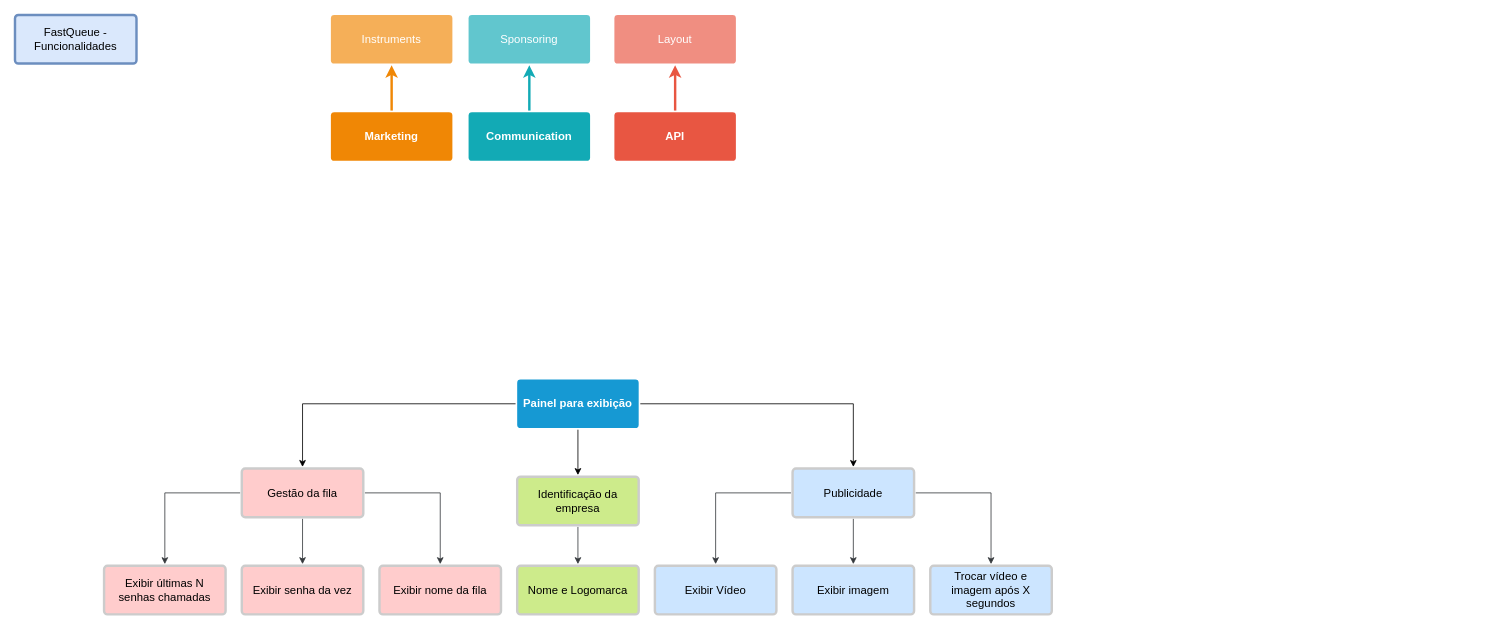
Above: Untitled Diagram.drawio in fviel/vueTracker (draw.io), before the change. Source tidied: cells renumbered, new cells numbered last; positions are measured from the earlier drawing's top-left corner, leaving out a move shared by most shapes. Both pictures are drawn from the tidied source at 81%, with x=0, y=0 at pixel (15, 15).
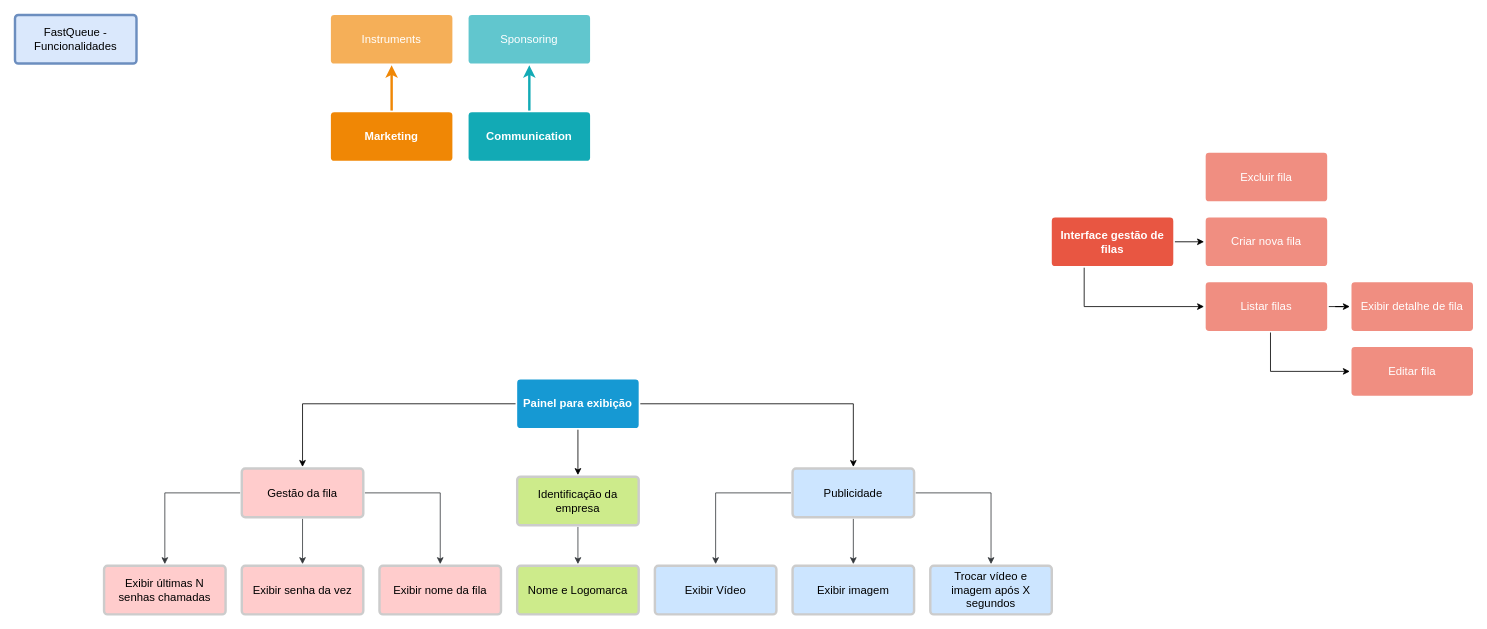
After the change.

Commit message:
adição do config de fila

Change to the diagram source:
```diff
@@
-    <mxCell id="2" style="edgeStyle=none;rounded=1;jumpStyle=none;html=1;shadow=0;labelBackgroundColor=none;startArrow=none;startFill=0;jettySize=auto;strokeColor=#E85642;strokeWidth=3;fontFamily=Helvetica;fontSize=14;fontColor=#FFFFFF;spacing=5;fontStyle=1;fillColor=#b0e3e6;" parent="1" edge="1" source="3" target="4">
-      <mxGeometry relative="1" as="geometry" />
-    </mxCell>
+    <mxCell id="33" style="edgeStyle=orthogonalEdgeStyle;rounded=0;jettySize=auto;html=1;strokeColor=#E6E6E6;" parent="1" edge="1" source="3" target="4">
+      <mxGeometry relative="1" as="geometry" />
+    </mxCell>
+    <mxCell id="34" style="edgeStyle=orthogonalEdgeStyle;rounded=0;jettySize=auto;html=1;strokeColor=#000000;" parent="1" edge="1" source="3" target="4">
+      <mxGeometry relative="1" as="geometry" />
+    </mxCell>
+    <mxCell id="35" style="edgeStyle=orthogonalEdgeStyle;rounded=0;jettySize=auto;html=1;strokeColor=#000000;" parent="1" edge="1" source="3" target="38">
+      <mxGeometry relative="1" as="geometry">
+        <Array as="points">
+          <mxPoint x="1320" y="360" />
+        </Array>
+      </mxGeometry>
+    </mxCell>
-    <mxCell id="3" value="API " style="rounded=1;whiteSpace=wrap;html=1;shadow=0;labelBackgroundColor=none;strokeColor=none;strokeWidth=3;fillColor=#e85642;fontFamily=Helvetica;fontSize=14;fontColor=#FFFFFF;align=center;spacing=5;fontStyle=1;arcSize=7;perimeterSpacing=2;" parent="1" vertex="1">
-      <mxGeometry x="740" y="120" width="150" height="60" as="geometry" />
+    <mxCell id="3" value="Interface gestão de filas" style="rounded=1;whiteSpace=wrap;html=1;shadow=0;labelBackgroundColor=none;strokeColor=none;strokeWidth=3;fillColor=#e85642;fontFamily=Helvetica;fontSize=14;fontColor=#FFFFFF;align=center;spacing=5;fontStyle=1;arcSize=7;perimeterSpacing=2;" parent="1" vertex="1">
+      <mxGeometry x="1280" y="250" width="150" height="60" as="geometry" />
     </mxCell>
-    <mxCell id="4" value="Layout" style="rounded=1;whiteSpace=wrap;html=1;shadow=0;labelBackgroundColor=none;strokeColor=none;strokeWidth=3;fillColor=#f08e81;fontFamily=Helvetica;fontSize=14;fontColor=#FFFFFF;align=center;spacing=5;fontStyle=0;arcSize=7;perimeterSpacing=2;" parent="1" vertex="1">
-      <mxGeometry x="740" width="150" height="60" as="geometry" />
+    <mxCell id="4" value="Criar nova fila" style="rounded=1;whiteSpace=wrap;html=1;shadow=0;labelBackgroundColor=none;strokeColor=none;strokeWidth=3;fillColor=#f08e81;fontFamily=Helvetica;fontSize=14;fontColor=#FFFFFF;align=center;spacing=5;fontStyle=0;arcSize=7;perimeterSpacing=2;" parent="1" vertex="1">
+      <mxGeometry x="1470" y="250" width="150" height="60" as="geometry" />
     </mxCell>
@@
+    <mxCell id="36" style="edgeStyle=orthogonalEdgeStyle;rounded=0;jettySize=auto;html=1;strokeColor=#000000;" parent="1" edge="1" source="38" target="40">
+      <mxGeometry relative="1" as="geometry" />
+    </mxCell>
+    <mxCell id="37" style="edgeStyle=orthogonalEdgeStyle;rounded=0;jettySize=auto;html=1;strokeColor=#000000;" parent="1" edge="1" source="38" target="39">
+      <mxGeometry relative="1" as="geometry">
+        <Array as="points">
+          <mxPoint x="1550" y="440" />
+        </Array>
+      </mxGeometry>
+    </mxCell>
+    <mxCell id="38" value="Listar filas" style="rounded=1;whiteSpace=wrap;html=1;shadow=0;labelBackgroundColor=none;strokeColor=none;strokeWidth=3;fillColor=#f08e81;fontFamily=Helvetica;fontSize=14;fontColor=#FFFFFF;align=center;spacing=5;fontStyle=0;arcSize=7;perimeterSpacing=2;" parent="1" vertex="1">
+      <mxGeometry x="1470" y="330" width="150" height="60" as="geometry" />
+    </mxCell>
+    <mxCell id="39" value="&lt;div&gt;Editar fila&lt;/div&gt;" style="rounded=1;whiteSpace=wrap;html=1;shadow=0;labelBackgroundColor=none;strokeColor=none;strokeWidth=3;fillColor=#f08e81;fontFamily=Helvetica;fontSize=14;fontColor=#FFFFFF;align=center;spacing=5;fontStyle=0;arcSize=7;perimeterSpacing=2;" parent="1" vertex="1">
+      <mxGeometry x="1650" y="410" width="150" height="60" as="geometry" />
+    </mxCell>
+    <mxCell id="40" value="Exibir detalhe de fila" style="rounded=1;whiteSpace=wrap;html=1;shadow=0;labelBackgroundColor=none;strokeColor=none;strokeWidth=3;fillColor=#f08e81;fontFamily=Helvetica;fontSize=14;fontColor=#FFFFFF;align=center;spacing=5;fontStyle=0;arcSize=7;perimeterSpacing=2;" parent="1" vertex="1">
+      <mxGeometry x="1650" y="330" width="150" height="60" as="geometry" />
+    </mxCell>
+    <mxCell id="41" value="Excluir fila" style="rounded=1;whiteSpace=wrap;html=1;shadow=0;labelBackgroundColor=none;strokeColor=none;strokeWidth=3;fillColor=#f08e81;fontFamily=Helvetica;fontSize=14;fontColor=#FFFFFF;align=center;spacing=5;fontStyle=0;arcSize=7;perimeterSpacing=2;" parent="1" vertex="1">
+      <mxGeometry x="1470" y="170" width="150" height="60" as="geometry" />
+    </mxCell>
```
